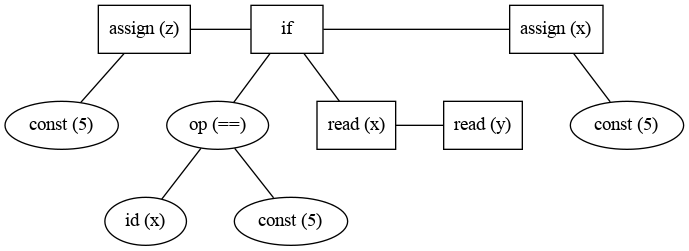
zikaloai71/parser keeps this Graphviz diagram as tree.gv.png. Above is the earlier version. Its source is kept beside it as tree.gv.
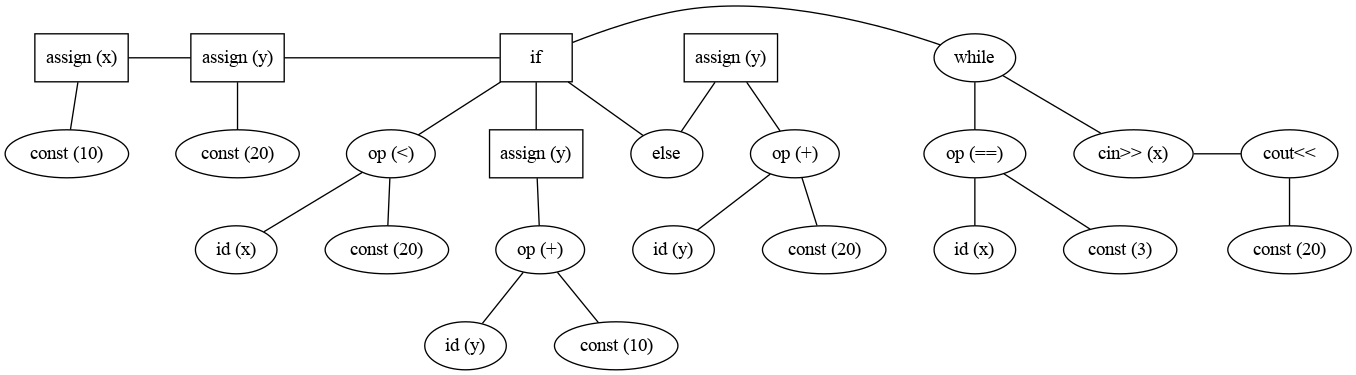
Above is the later version.

Commit message:
cin and cout added

The edit, as a diff of the source:
```diff
@@ -3,30 +3,61 @@
 	nodesep="0.5;"
 	{
 		rank=same
-		0 [label="assign (z)" shape=rectangle]
-		2 [label=if shape=rectangle]
-		8 [label="assign (x)" shape=rectangle]
+		0 [label="assign (x)" shape=rectangle]
+		2 [label="assign (y)" shape=rectangle]
+		4 [label=if shape=rectangle]
+		13 [label="assign (y)" shape=rectangle]
+		17 [label=while shape=""]
 	}
 	{
 		rank=same
-		1 [label="const (5)" shape=""]
-		4 [label="op (==)" shape=""]
-		6 [label="read (x)" shape=rectangle]
-		7 [label="read (y)" shape=rectangle]
-		9 [label="const (5)" shape=""]
+		1 [label="const (10)" shape=""]
+		3 [label="const (20)" shape=""]
+		6 [label="op (<)" shape=""]
+		8 [label="assign (y)" shape=rectangle]
+		12 [label=else shape=""]
+		15 [label="op (+)" shape=""]
+		19 [label="op (==)" shape=""]
+		21 [label="cin>> (x)" shape=""]
+		22 [label="cout<<" shape=""]
 	}
 	{
 		rank=same
-		3 [label="id (x)" shape=""]
-		5 [label="const (5)" shape=""]
+		5 [label="id (x)" shape=""]
+		7 [label="const (20)" shape=""]
+		10 [label="op (+)" shape=""]
+		14 [label="id (y)" shape=""]
+		16 [label="const (20)" shape=""]
+		18 [label="id (x)" shape=""]
+		20 [label="const (3)" shape=""]
+		23 [label="const (20)" shape=""]
+	}
+	{
+		rank=same
+		9 [label="id (y)" shape=""]
+		11 [label="const (10)" shape=""]
 	}
 	0 -- 1
 	0 -- 2
-	4 -- 3
+	2 -- 3
 	2 -- 4
-	4 -- 5
-	2 -- 6
+	6 -- 5
+	4 -- 6
 	6 -- 7
-	2 -- 8
-	8 -- 9
+	4 -- 8
+	10 -- 9
+	8 -- 10
+	10 -- 11
+	4 -- 12
+	12 -- 13
+	15 -- 14
+	13 -- 15
+	15 -- 16
+	4 -- 17
+	19 -- 18
+	17 -- 19
+	19 -- 20
+	17 -- 21
+	21 -- 22
+	22 -- 23
 }
```
